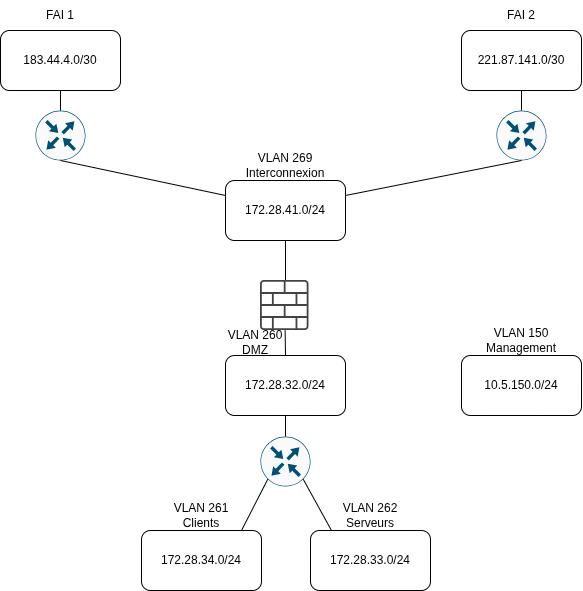
DSISportLudique/SportLudique2Doc keeps this draw.io diagram as docs/assets/infra.drawio.png. Above is the earlier version. Source tidied: cells renumbered, new cells last; positions are measured from the earlier drawing's top-left corner, leaving out a move shared by most shapes.
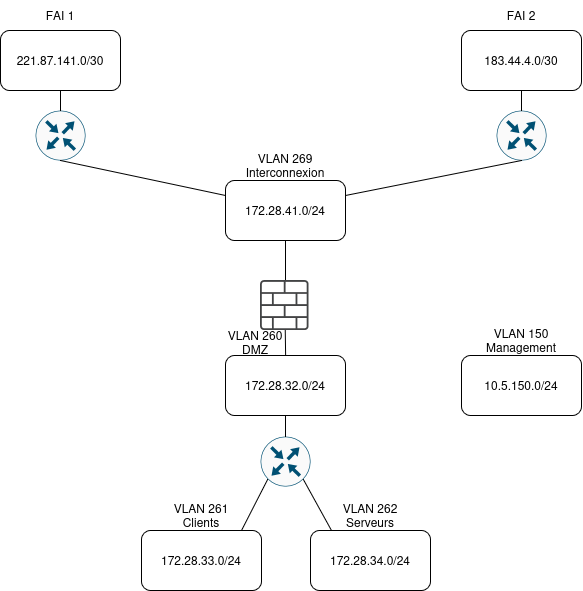
Later version of the same file.

Diff of the diagram source:
```diff
@@ -2,10 +2,10 @@
   <root>
     <mxCell id="0" />
     <mxCell id="1" parent="0" />
-    <mxCell id="2" value="183.44.4.0/30" style="rounded=1;whiteSpace=wrap;html=1;" parent="1" vertex="1">
+    <mxCell id="2" value="221.87.141.0/30" style="rounded=1;whiteSpace=wrap;html=1;" parent="1" vertex="1">
       <mxGeometry y="30" width="120" height="60" as="geometry" />
     </mxCell>
-    <mxCell id="3" value="221.87.141.0/30" style="rounded=1;whiteSpace=wrap;html=1;" parent="1" vertex="1">
+    <mxCell id="3" value="183.44.4.0/30" style="rounded=1;whiteSpace=wrap;html=1;" parent="1" vertex="1">
       <mxGeometry x="461" y="30" width="120" height="60" as="geometry" />
     </mxCell>
     <mxCell id="4" value="172.28.41.0/24" style="rounded=1;whiteSpace=wrap;html=1;" parent="1" vertex="1">
@@ -59,10 +59,10 @@
     <mxCell id="18" style="endArrow=none;html=1;rounded=0;fontSize=12;startSize=8;endSize=8;curved=1;exitX=0.5;exitY=0;exitDx=0;exitDy=0;" parent="1" edge="1" source="13" target="14">
       <mxGeometry relative="1" as="geometry" />
     </mxCell>
-    <mxCell id="19" value="172.28.34.0/24" style="rounded=1;whiteSpace=wrap;html=1;" parent="1" vertex="1">
+    <mxCell id="19" value="172.28.33.0/24" style="rounded=1;whiteSpace=wrap;html=1;" parent="1" vertex="1">
       <mxGeometry x="141" y="530" width="120" height="60" as="geometry" />
     </mxCell>
-    <mxCell id="20" value="172.28.33.0/24" style="rounded=1;whiteSpace=wrap;html=1;" parent="1" vertex="1">
+    <mxCell id="20" value="172.28.34.0/24" style="rounded=1;whiteSpace=wrap;html=1;" parent="1" vertex="1">
       <mxGeometry x="310" y="530" width="120" height="60" as="geometry" />
     </mxCell>
     <mxCell id="21" value="10.5.150.0/24" style="rounded=1;whiteSpace=wrap;html=1;" parent="1" vertex="1">
```
